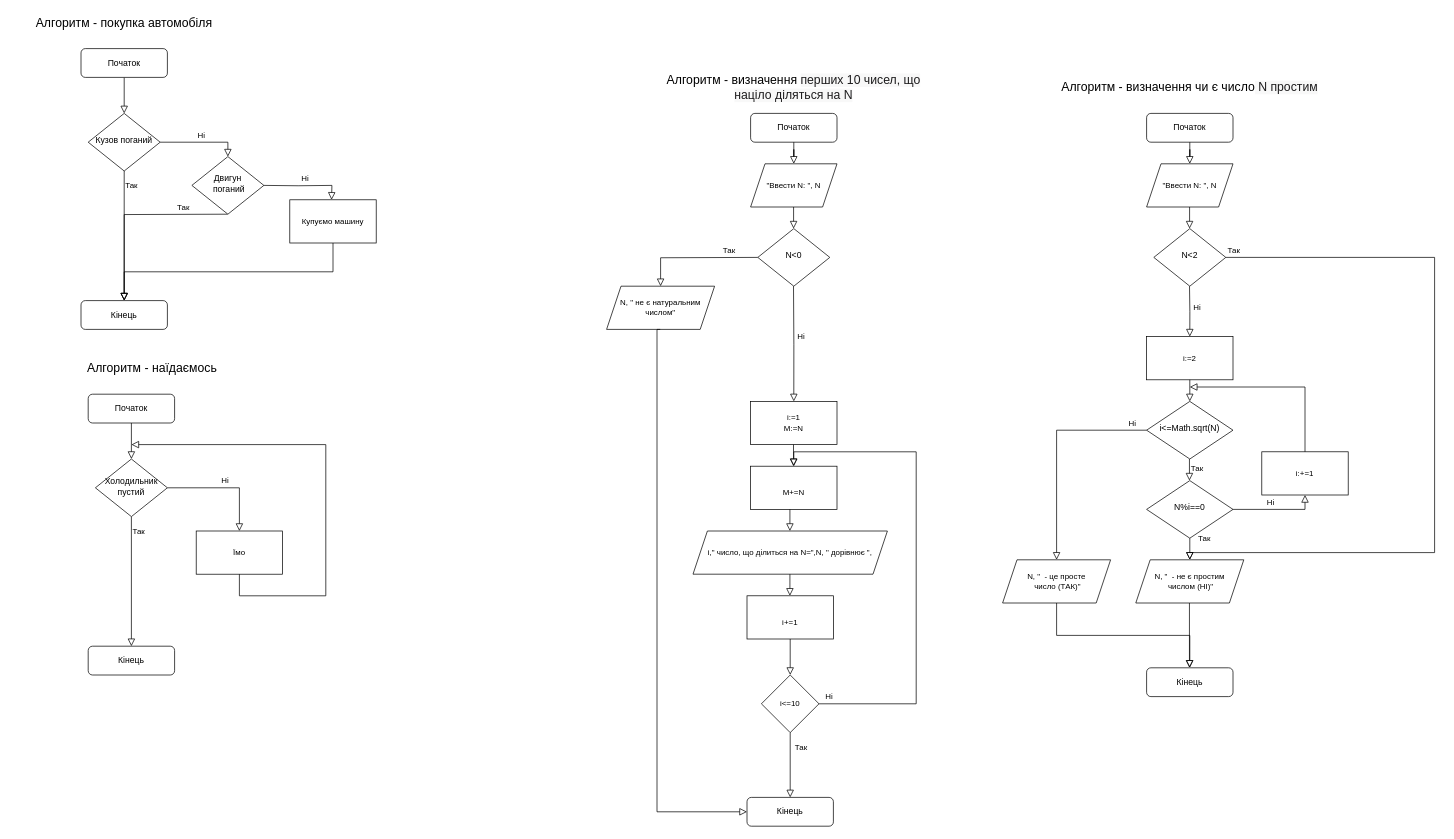
The draw.io diagram GoCourseAlgorithm.drawio in snsvistunov/golang-course-algorithm, before the edit. Source tidied: cells renumbered, new cells numbered last; positions are measured from the earlier drawing's top-left corner, leaving out a move shared by most shapes. Both pictures are drawn from the tidied source at 72%, with x=0, y=0 at pixel (12, 12).
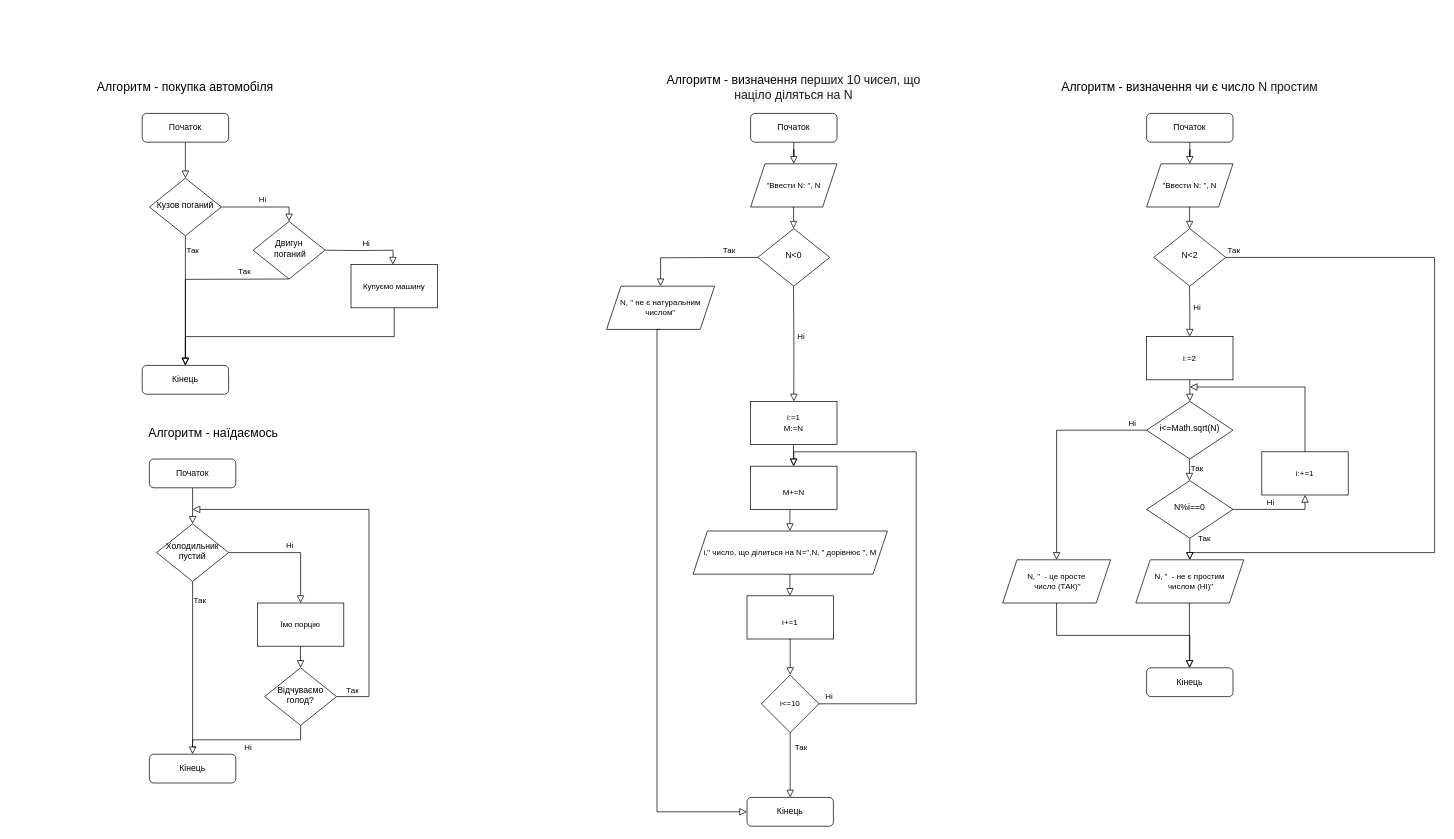
Above is the later version.

What changed in the source:
```diff
@@
     <mxCell id="3" value="Початок" style="rounded=1;whiteSpace=wrap;html=1;fontSize=12;glass=0;strokeWidth=1;shadow=0;" parent="1" vertex="1">
-      <mxGeometry x="95" y="50" width="120" height="40" as="geometry" />
+      <mxGeometry x="180" y="140" width="120" height="40" as="geometry" />
     </mxCell>
@@
     <mxCell id="6" value="Кузов поганий" style="rhombus;whiteSpace=wrap;html=1;shadow=0;fontFamily=Helvetica;fontSize=12;align=center;strokeWidth=1;spacing=6;spacingTop=-4;" parent="1" vertex="1">
-      <mxGeometry x="105" y="140" width="100" height="80" as="geometry" />
+      <mxGeometry x="190" y="230" width="100" height="80" as="geometry" />
     </mxCell>
     <mxCell id="7" value="Кінець" style="rounded=1;whiteSpace=wrap;html=1;fontSize=12;glass=0;strokeWidth=1;shadow=0;" parent="1" vertex="1">
-      <mxGeometry x="95" y="400" width="120" height="40" as="geometry" />
+      <mxGeometry x="180" y="490" width="120" height="40" as="geometry" />
     </mxCell>
     <mxCell id="8" value="Алгоритм - покупка автомобіля" style="text;html=1;strokeColor=none;fillColor=none;align=center;verticalAlign=middle;whiteSpace=wrap;rounded=0;fontSize=17;" parent="1" vertex="1">
-      <mxGeometry width="310" height="30" as="geometry" />
+      <mxGeometry x="85" y="90" width="310" height="30" as="geometry" />
     </mxCell>
     <mxCell id="9" value="Двигун&lt;br&gt;&amp;nbsp;поганий" style="rhombus;whiteSpace=wrap;html=1;shadow=0;fontFamily=Helvetica;fontSize=12;align=center;strokeWidth=1;spacing=6;spacingTop=-4;" parent="1" vertex="1">
-      <mxGeometry x="249" y="200" width="100" height="80" as="geometry" />
+      <mxGeometry x="334" y="290" width="100" height="80" as="geometry" />
     </mxCell>
     <mxCell id="10" value="Так" style="rounded=0;html=1;jettySize=auto;fontSize=11;endArrow=block;endFill=0;endSize=8;strokeWidth=1;shadow=0;labelBackgroundColor=none;edgeStyle=orthogonalEdgeStyle;strokeColor=default;" parent="1" edge="1" target="7">
       <mxGeometry x="-0.53" y="-10" relative="1" as="geometry">
-        <mxPoint x="298.5" y="280" as="sourcePoint" />
+        <mxPoint x="383.5" y="370" as="sourcePoint" />
         <mxPoint x="1" as="offset" />
       </mxGeometry>
     </mxCell>
     <mxCell id="11" value="Ні" style="edgeStyle=orthogonalEdgeStyle;rounded=0;html=1;jettySize=auto;orthogonalLoop=1;fontSize=11;endArrow=block;endFill=0;endSize=8;strokeWidth=1;shadow=0;labelBackgroundColor=none;entryX=0.5;entryY=0;entryDx=0;entryDy=0;" parent="1" edge="1">
       <mxGeometry y="10" relative="1" as="geometry">
-        <mxPoint x="349" y="240" as="sourcePoint" />
-        <mxPoint x="443" y="260" as="targetPoint" />
+        <mxPoint x="434" y="330" as="sourcePoint" />
+        <mxPoint x="528" y="350" as="targetPoint" />
       </mxGeometry>
     </mxCell>
     <mxCell id="12" value="Купуємо машину" style="rounded=0;whiteSpace=wrap;html=1;fontFamily=Helvetica;fontSize=11;" parent="1" vertex="1">
-      <mxGeometry x="385" y="260" width="120" height="60" as="geometry" />
+      <mxGeometry x="470" y="350" width="120" height="60" as="geometry" />
     </mxCell>
@@
     <mxCell id="14" value="Алгоритм - наїдаємось" style="text;html=1;strokeColor=none;fillColor=none;align=center;verticalAlign=middle;whiteSpace=wrap;rounded=0;fontSize=17;" parent="1" vertex="1">
-      <mxGeometry x="39" y="480" width="310" height="30" as="geometry" />
+      <mxGeometry x="124" y="570" width="310" height="30" as="geometry" />
     </mxCell>
@@
     <mxCell id="16" value="Початок" style="rounded=1;whiteSpace=wrap;html=1;fontSize=12;glass=0;strokeWidth=1;shadow=0;" parent="1" vertex="1">
-      <mxGeometry x="105" y="530" width="120" height="40" as="geometry" />
+      <mxGeometry x="190" y="620" width="120" height="40" as="geometry" />
     </mxCell>
@@
     <mxCell id="19" value="Холодильник пустий" style="rhombus;whiteSpace=wrap;html=1;shadow=0;fontFamily=Helvetica;fontSize=12;align=center;strokeWidth=1;spacing=6;spacingTop=-4;" parent="1" vertex="1">
-      <mxGeometry x="115" y="620" width="100" height="80" as="geometry" />
+      <mxGeometry x="200" y="710" width="100" height="80" as="geometry" />
     </mxCell>
     <mxCell id="20" value="Кінець" style="rounded=1;whiteSpace=wrap;html=1;fontSize=12;glass=0;strokeWidth=1;shadow=0;" parent="1" vertex="1">
-      <mxGeometry x="105" y="880" width="120" height="40" as="geometry" />
+      <mxGeometry x="190" y="1030" width="120" height="40" as="geometry" />
     </mxCell>
-    <mxCell id="21" value="Їмо" style="rounded=0;whiteSpace=wrap;html=1;fontFamily=Helvetica;fontSize=11;" parent="1" vertex="1">
-      <mxGeometry x="255" y="720" width="120" height="60" as="geometry" />
+    <mxCell id="21" value="Їмо порцію" style="rounded=0;whiteSpace=wrap;html=1;fontFamily=Helvetica;fontSize=11;" parent="1" vertex="1">
+      <mxGeometry x="340" y="820" width="120" height="60" as="geometry" />
     </mxCell>
-    <mxCell id="22" style="rounded=0;html=1;jettySize=auto;fontSize=11;endArrow=block;endFill=0;endSize=8;strokeWidth=1;shadow=0;labelBackgroundColor=none;edgeStyle=orthogonalEdgeStyle;exitX=0.5;exitY=1;exitDx=0;exitDy=0;" parent="1" edge="1" source="21">
+    <mxCell id="22" style="rounded=0;html=1;jettySize=auto;fontSize=11;endArrow=block;endFill=0;endSize=8;strokeWidth=1;shadow=0;labelBackgroundColor=none;edgeStyle=orthogonalEdgeStyle;exitX=1;exitY=0.5;exitDx=0;exitDy=0;" parent="1" edge="1" source="69">
       <mxGeometry relative="1" as="geometry">
-        <mxPoint x="165" y="600" as="targetPoint" />
+        <mxPoint x="250" y="690" as="targetPoint" />
         <Array as="points">
-          <mxPoint x="315" y="810" />
-          <mxPoint x="435" y="810" />
-          <mxPoint x="435" y="600" />
+          <mxPoint x="495" y="950" />
+          <mxPoint x="495" y="690" />
+          <mxPoint x="250" y="690" />
         </Array>
       </mxGeometry>
     </mxCell>
+    <mxCell id="68" value="Так" style="edgeLabel;html=1;align=center;verticalAlign=middle;fontSize=11;fontFamily=Helvetica;" parent="22" vertex="1">
+      <mxGeometry x="-0.88" y="-3" relative="1" as="geometry">
+        <mxPoint x="-12" y="-13" as="offset" />
+      </mxGeometry>
+    </mxCell>
@@
-    <mxCell id="35" value="i,&quot; число, що ділиться на N=&quot;,N, &quot; дорівнює &quot;," style="shape=parallelogram;perimeter=parallelogramPerimeter;whiteSpace=wrap;html=1;fixedSize=1;fontFamily=Helvetica;fontSize=11;" parent="1" vertex="1">
+    <mxCell id="35" value="i,&quot; число, що ділиться на N=&quot;,N, &quot; дорівнює &quot;, M" style="shape=parallelogram;perimeter=parallelogramPerimeter;whiteSpace=wrap;html=1;fixedSize=1;fontFamily=Helvetica;fontSize=11;" parent="1" vertex="1">
       <mxGeometry x="945" y="720" width="270" height="60" as="geometry" />
     </mxCell>
@@
+    <mxCell id="69" value="Відчуваємо голод?" style="rhombus;whiteSpace=wrap;html=1;shadow=0;fontFamily=Helvetica;fontSize=12;align=center;strokeWidth=1;spacing=6;spacingTop=-4;" parent="1" vertex="1">
+      <mxGeometry x="350" y="910" width="100" height="80" as="geometry" />
+    </mxCell>
+    <mxCell id="70" style="rounded=0;html=1;jettySize=auto;orthogonalLoop=1;fontSize=11;endArrow=block;endFill=0;endSize=8;strokeWidth=1;shadow=0;labelBackgroundColor=none;edgeStyle=orthogonalEdgeStyle;" parent="1" edge="1">
+      <mxGeometry relative="1" as="geometry">
+        <mxPoint x="399.7" y="880" as="sourcePoint" />
+        <mxPoint x="400" y="910" as="targetPoint" />
+      </mxGeometry>
+    </mxCell>
+    <mxCell id="71" value="Ні" style="edgeStyle=orthogonalEdgeStyle;rounded=0;html=1;jettySize=auto;fontSize=11;endArrow=none;endFill=0;endSize=8;strokeWidth=1;shadow=0;labelBackgroundColor=none;exitX=0.5;exitY=1;exitDx=0;exitDy=0;verticalAlign=middle;" parent="1" edge="1" source="69">
+      <mxGeometry y="10" relative="1" as="geometry">
+        <mxPoint x="255" y="1020" as="targetPoint" />
+        <Array as="points">
+          <mxPoint x="400" y="1010" />
+          <mxPoint x="250" y="1010" />
+        </Array>
+      </mxGeometry>
+    </mxCell>
```
